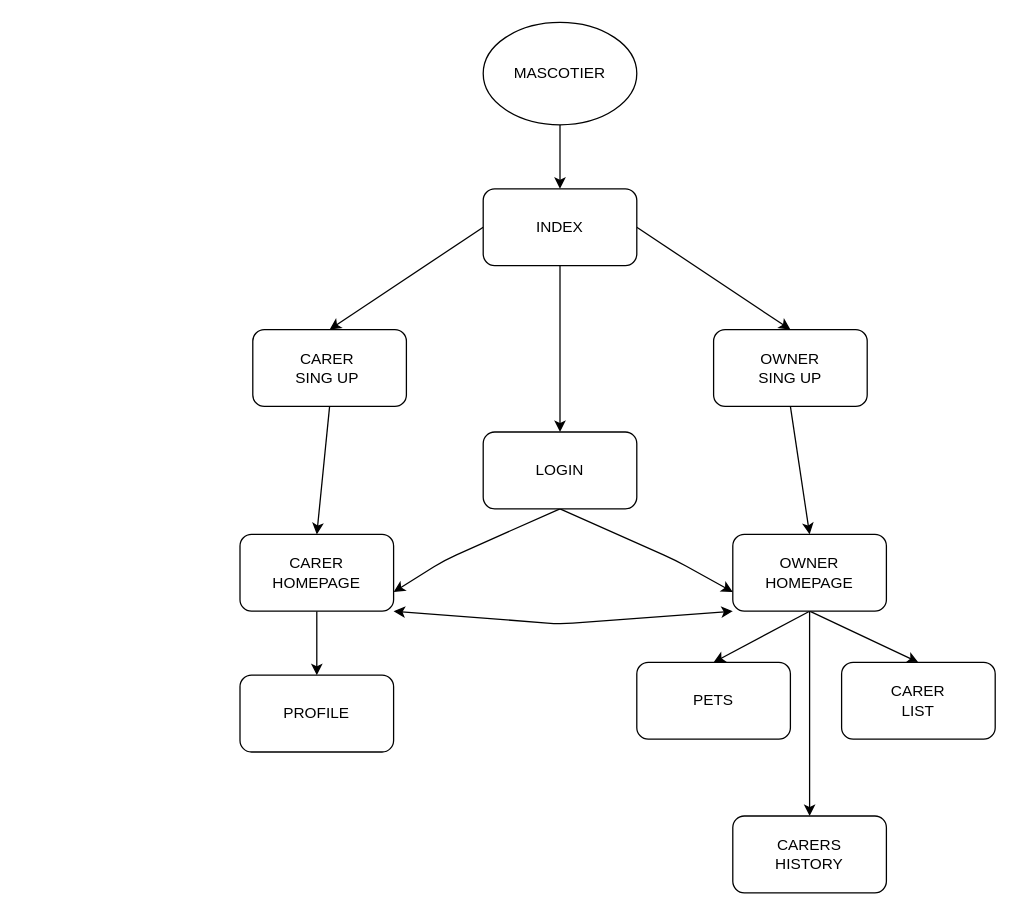
Above: Docs/SiteMap/SiteMap.drawio in iagogonzalezborines/MascoTier_Project (draw.io), before the change. Source tidied: cells renumbered, new cells numbered last; positions are measured from the earlier drawing's top-left corner, leaving out a move shared by most shapes. Both pictures are drawn from the tidied source at 128%, with x=0, y=0 at pixel (239, 22).
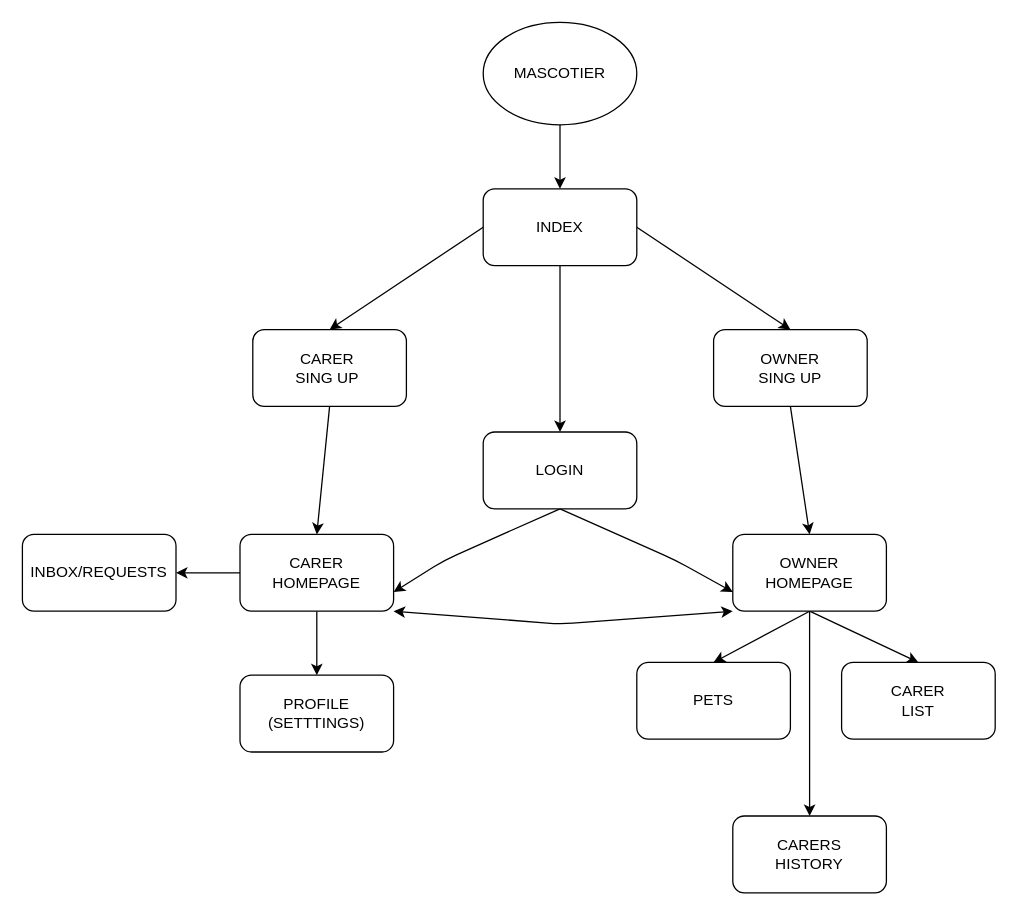
The same page after the edit.

The change refers to these unchanged cells:
```xml
<mxCell id="18" value="CARER&lt;br&gt;HOMEPAGE" style="rounded=1;whiteSpace=wrap;html=1;" parent="1" vertex="1">
  <mxGeometry y="400" width="120" height="60" as="geometry" />
</mxCell>
```

What changed in the source:
```diff
@@
+    <mxCell id="26" style="edgeStyle=none;html=1;exitX=0;exitY=0.5;exitDx=0;exitDy=0;" parent="1" edge="1" source="18">
+      <mxGeometry relative="1" as="geometry">
+        <mxPoint x="-50" y="430" as="targetPoint" />
+      </mxGeometry>
+    </mxCell>
@@
-    <mxCell id="24" value="PROFILE" style="rounded=1;whiteSpace=wrap;html=1;" parent="1" vertex="1">
+    <mxCell id="24" value="PROFILE&lt;br&gt;(SETTTINGS)" style="rounded=1;whiteSpace=wrap;html=1;" parent="1" vertex="1">
       <mxGeometry y="510" width="120" height="60" as="geometry" />
     </mxCell>
@@
+    <mxCell id="27" value="INBOX/REQUESTS" style="rounded=1;whiteSpace=wrap;html=1;" parent="1" vertex="1">
+      <mxGeometry x="-170" y="400" width="120" height="60" as="geometry" />
+    </mxCell>
```
